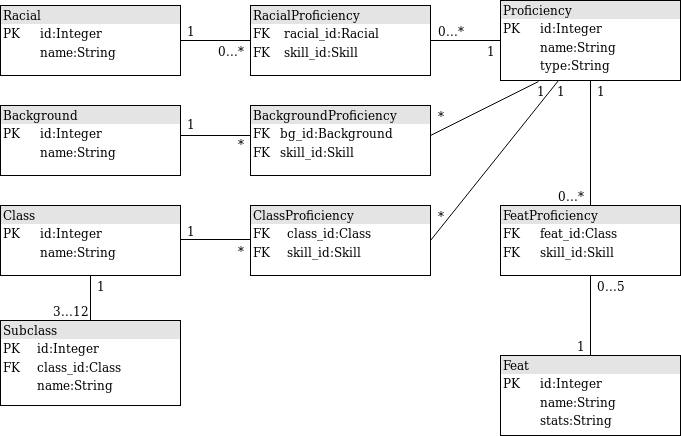
Above: dokumentointi/tietokantakaavio.png in Fumblessi/ot-harjoitustyo (draw.io), before the change. Source tidied: cells renumbered, new cells last; positions are measured from the earlier drawing's top-left corner, leaving out a move shared by most shapes.
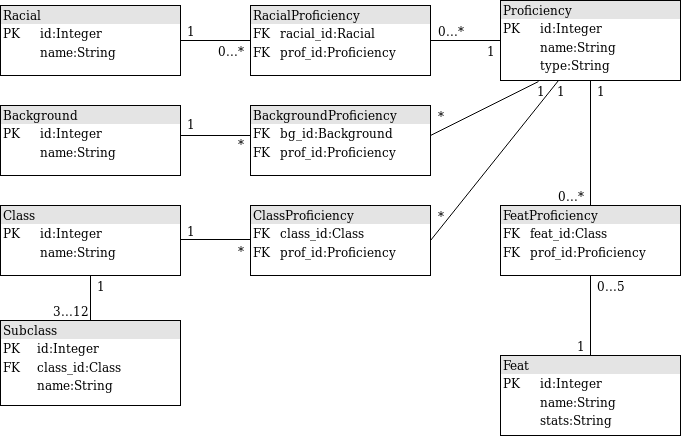
After the commit.

Commit message:
tietokantakaavion paivitysta

What changed in the source:
```diff
@@ -8,7 +8,7 @@
     <mxCell id="3" value="&lt;div style=&quot;box-sizing: border-box ; width: 100% ; background: #e4e4e4 ; padding: 2px&quot;&gt;Proficiency&lt;br&gt;&lt;/div&gt;&lt;table style=&quot;width: 100% ; font-size: 1em&quot; cellspacing=&quot;0&quot; cellpadding=&quot;2&quot;&gt;&lt;tbody&gt;&lt;tr&gt;&lt;td&gt;PK&lt;/td&gt;&lt;td&gt;id:Integer&lt;/td&gt;&lt;/tr&gt;&lt;tr&gt;&lt;td&gt;&lt;br&gt;&lt;/td&gt;&lt;td&gt;name:String&lt;/td&gt;&lt;/tr&gt;&lt;tr&gt;&lt;td&gt;&lt;br&gt;&lt;/td&gt;&lt;td&gt;type:String&lt;/td&gt;&lt;/tr&gt;&lt;/tbody&gt;&lt;/table&gt;" style="verticalAlign=top;align=left;overflow=fill;html=1;" parent="1" vertex="1">
       <mxGeometry x="500" width="180" height="80" as="geometry" />
     </mxCell>
-    <mxCell id="4" value="&lt;div style=&quot;box-sizing: border-box ; width: 100% ; background: #e4e4e4 ; padding: 2px&quot;&gt;RacialProficiency&lt;/div&gt;&lt;table style=&quot;width: 100% ; font-size: 1em&quot; cellspacing=&quot;0&quot; cellpadding=&quot;2&quot;&gt;&lt;tbody&gt;&lt;tr&gt;&lt;td&gt;FK&lt;/td&gt;&lt;td&gt;racial_id:Racial&lt;/td&gt;&lt;/tr&gt;&lt;tr&gt;&lt;td&gt;FK&lt;/td&gt;&lt;td&gt;skill_id:Skill&lt;/td&gt;&lt;/tr&gt;&lt;tr&gt;&lt;td&gt;&lt;br&gt;&lt;/td&gt;&lt;td&gt;&lt;br&gt;&lt;/td&gt;&lt;/tr&gt;&lt;/tbody&gt;&lt;/table&gt;" style="verticalAlign=top;align=left;overflow=fill;html=1;" parent="1" vertex="1">
+    <mxCell id="4" value="&lt;div style=&quot;box-sizing: border-box ; width: 100% ; background: #e4e4e4 ; padding: 2px&quot;&gt;RacialProficiency&lt;/div&gt;&lt;table style=&quot;width: 100% ; font-size: 1em&quot; cellspacing=&quot;0&quot; cellpadding=&quot;2&quot;&gt;&lt;tbody&gt;&lt;tr&gt;&lt;td&gt;FK&lt;/td&gt;&lt;td&gt;racial_id:Racial&lt;/td&gt;&lt;/tr&gt;&lt;tr&gt;&lt;td&gt;FK&lt;/td&gt;&lt;td&gt;prof_id:Proficiency&lt;/td&gt;&lt;/tr&gt;&lt;tr&gt;&lt;td&gt;&lt;br&gt;&lt;/td&gt;&lt;td&gt;&lt;br&gt;&lt;/td&gt;&lt;/tr&gt;&lt;/tbody&gt;&lt;/table&gt;" style="verticalAlign=top;align=left;overflow=fill;html=1;" parent="1" vertex="1">
       <mxGeometry x="250" y="5" width="180" height="70" as="geometry" />
     </mxCell>
     <mxCell id="5" style="endArrow=none;html=1;entryX=0;entryY=0.5;entryDx=0;entryDy=0;exitX=1;exitY=0.5;exitDx=0;exitDy=0;" parent="1" edge="1" source="2" target="4">
@@ -23,7 +23,7 @@
     <mxCell id="7" value="&lt;div style=&quot;box-sizing: border-box ; width: 100% ; background: #e4e4e4 ; padding: 2px&quot;&gt;Class&lt;br&gt;&lt;/div&gt;&lt;table style=&quot;width: 100% ; font-size: 1em&quot; cellspacing=&quot;0&quot; cellpadding=&quot;2&quot;&gt;&lt;tbody&gt;&lt;tr&gt;&lt;td&gt;PK&lt;/td&gt;&lt;td&gt;id:Integer&lt;/td&gt;&lt;/tr&gt;&lt;tr&gt;&lt;td&gt;&lt;br&gt;&lt;/td&gt;&lt;td&gt;name:String&lt;br&gt;&lt;/td&gt;&lt;/tr&gt;&lt;tr&gt;&lt;td&gt;&lt;br&gt;&lt;/td&gt;&lt;td&gt;&lt;br&gt;&lt;/td&gt;&lt;/tr&gt;&lt;/tbody&gt;&lt;/table&gt;" style="verticalAlign=top;align=left;overflow=fill;html=1;" parent="1" vertex="1">
       <mxGeometry y="205" width="180" height="70" as="geometry" />
     </mxCell>
-    <mxCell id="8" value="&lt;div style=&quot;box-sizing: border-box ; width: 100% ; background: #e4e4e4 ; padding: 2px&quot;&gt;ClassProficiency&lt;/div&gt;&lt;table style=&quot;width: 100% ; font-size: 1em&quot; cellspacing=&quot;0&quot; cellpadding=&quot;2&quot;&gt;&lt;tbody&gt;&lt;tr&gt;&lt;td&gt;FK&lt;/td&gt;&lt;td&gt;class_id:Class&lt;/td&gt;&lt;/tr&gt;&lt;tr&gt;&lt;td&gt;FK&lt;/td&gt;&lt;td&gt;skill_id:Skill&lt;/td&gt;&lt;/tr&gt;&lt;tr&gt;&lt;td&gt;&lt;br&gt;&lt;/td&gt;&lt;td&gt;&lt;br&gt;&lt;/td&gt;&lt;/tr&gt;&lt;/tbody&gt;&lt;/table&gt;" style="verticalAlign=top;align=left;overflow=fill;html=1;" parent="1" vertex="1">
+    <mxCell id="8" value="&lt;div style=&quot;box-sizing: border-box ; width: 100% ; background: #e4e4e4 ; padding: 2px&quot;&gt;ClassProficiency&lt;/div&gt;&lt;table style=&quot;width: 100% ; font-size: 1em&quot; cellspacing=&quot;0&quot; cellpadding=&quot;2&quot;&gt;&lt;tbody&gt;&lt;tr&gt;&lt;td&gt;FK&lt;/td&gt;&lt;td&gt;class_id:Class&lt;/td&gt;&lt;/tr&gt;&lt;tr&gt;&lt;td&gt;FK&lt;/td&gt;&lt;td&gt;prof_id:Proficiency&lt;/td&gt;&lt;/tr&gt;&lt;tr&gt;&lt;td&gt;&lt;br&gt;&lt;/td&gt;&lt;td&gt;&lt;br&gt;&lt;/td&gt;&lt;/tr&gt;&lt;/tbody&gt;&lt;/table&gt;" style="verticalAlign=top;align=left;overflow=fill;html=1;" parent="1" vertex="1">
       <mxGeometry x="250" y="205" width="180" height="70" as="geometry" />
     </mxCell>
     <mxCell id="9" style="endArrow=none;html=1;entryX=0;entryY=0.5;entryDx=0;entryDy=0;exitX=1;exitY=0.5;exitDx=0;exitDy=0;" parent="1" edge="1">
@@ -40,7 +40,7 @@
     <mxCell id="11" value="&lt;div style=&quot;box-sizing: border-box ; width: 100% ; background: #e4e4e4 ; padding: 2px&quot;&gt;Background&lt;br&gt;&lt;/div&gt;&lt;table style=&quot;width: 100% ; font-size: 1em&quot; cellspacing=&quot;0&quot; cellpadding=&quot;2&quot;&gt;&lt;tbody&gt;&lt;tr&gt;&lt;td&gt;PK&lt;/td&gt;&lt;td&gt;id:Integer&lt;/td&gt;&lt;/tr&gt;&lt;tr&gt;&lt;td&gt;&lt;br&gt;&lt;/td&gt;&lt;td&gt;name:String&lt;br&gt;&lt;/td&gt;&lt;/tr&gt;&lt;tr&gt;&lt;td&gt;&lt;br&gt;&lt;/td&gt;&lt;td&gt;&lt;br&gt;&lt;/td&gt;&lt;/tr&gt;&lt;/tbody&gt;&lt;/table&gt;" style="verticalAlign=top;align=left;overflow=fill;html=1;" parent="1" vertex="1">
       <mxGeometry y="105" width="180" height="70" as="geometry" />
     </mxCell>
-    <mxCell id="12" value="&lt;div style=&quot;box-sizing: border-box ; width: 100% ; background: #e4e4e4 ; padding: 2px&quot;&gt;BackgroundProficiency&lt;/div&gt;&lt;table style=&quot;width: 100% ; font-size: 1em&quot; cellspacing=&quot;0&quot; cellpadding=&quot;2&quot;&gt;&lt;tbody&gt;&lt;tr&gt;&lt;td&gt;FK&lt;/td&gt;&lt;td&gt;bg_id:Background&lt;/td&gt;&lt;/tr&gt;&lt;tr&gt;&lt;td&gt;FK&lt;/td&gt;&lt;td&gt;skill_id:Skill&lt;/td&gt;&lt;/tr&gt;&lt;tr&gt;&lt;td&gt;&lt;br&gt;&lt;/td&gt;&lt;td&gt;&lt;br&gt;&lt;/td&gt;&lt;/tr&gt;&lt;/tbody&gt;&lt;/table&gt;" style="verticalAlign=top;align=left;overflow=fill;html=1;" parent="1" vertex="1">
+    <mxCell id="12" value="&lt;div style=&quot;box-sizing: border-box ; width: 100% ; background: #e4e4e4 ; padding: 2px&quot;&gt;BackgroundProficiency&lt;/div&gt;&lt;table style=&quot;width: 100% ; font-size: 1em&quot; cellspacing=&quot;0&quot; cellpadding=&quot;2&quot;&gt;&lt;tbody&gt;&lt;tr&gt;&lt;td&gt;FK&lt;/td&gt;&lt;td&gt;bg_id:Background&lt;/td&gt;&lt;/tr&gt;&lt;tr&gt;&lt;td&gt;FK&lt;/td&gt;&lt;td&gt;prof_id:Proficiency&lt;/td&gt;&lt;/tr&gt;&lt;tr&gt;&lt;td&gt;&lt;br&gt;&lt;/td&gt;&lt;td&gt;&lt;br&gt;&lt;/td&gt;&lt;/tr&gt;&lt;/tbody&gt;&lt;/table&gt;" style="verticalAlign=top;align=left;overflow=fill;html=1;" parent="1" vertex="1">
       <mxGeometry x="250" y="105" width="180" height="70" as="geometry" />
     </mxCell>
     <mxCell id="13" style="endArrow=none;html=1;entryX=0;entryY=0.5;entryDx=0;entryDy=0;exitX=1;exitY=0.5;exitDx=0;exitDy=0;" parent="1" edge="1">
@@ -63,7 +63,7 @@
     <mxCell id="17" value="&lt;div style=&quot;box-sizing: border-box ; width: 100% ; background: #e4e4e4 ; padding: 2px&quot;&gt;Feat&lt;/div&gt;&lt;table style=&quot;width: 100% ; font-size: 1em&quot; cellspacing=&quot;0&quot; cellpadding=&quot;2&quot;&gt;&lt;tbody&gt;&lt;tr&gt;&lt;td&gt;PK&lt;/td&gt;&lt;td&gt;id:Integer&lt;/td&gt;&lt;/tr&gt;&lt;tr&gt;&lt;td&gt;&lt;br&gt;&lt;/td&gt;&lt;td&gt;name:String&lt;br&gt;&lt;/td&gt;&lt;/tr&gt;&lt;tr&gt;&lt;td&gt;&lt;br&gt;&lt;/td&gt;&lt;td&gt;stats:String&lt;br&gt;&lt;/td&gt;&lt;/tr&gt;&lt;/tbody&gt;&lt;/table&gt;" style="verticalAlign=top;align=left;overflow=fill;html=1;" parent="1" vertex="1">
       <mxGeometry x="500" y="355" width="180" height="80" as="geometry" />
     </mxCell>
-    <mxCell id="18" value="&lt;div style=&quot;box-sizing: border-box ; width: 100% ; background: #e4e4e4 ; padding: 2px&quot;&gt;FeatProficiency&lt;/div&gt;&lt;table style=&quot;width: 100% ; font-size: 1em&quot; cellspacing=&quot;0&quot; cellpadding=&quot;2&quot;&gt;&lt;tbody&gt;&lt;tr&gt;&lt;td&gt;FK&lt;/td&gt;&lt;td&gt;feat_id:Class&lt;/td&gt;&lt;/tr&gt;&lt;tr&gt;&lt;td&gt;FK&lt;/td&gt;&lt;td&gt;skill_id:Skill&lt;/td&gt;&lt;/tr&gt;&lt;tr&gt;&lt;td&gt;&lt;br&gt;&lt;/td&gt;&lt;td&gt;&lt;br&gt;&lt;/td&gt;&lt;/tr&gt;&lt;/tbody&gt;&lt;/table&gt;" style="verticalAlign=top;align=left;overflow=fill;html=1;" parent="1" vertex="1">
+    <mxCell id="18" value="&lt;div style=&quot;box-sizing: border-box ; width: 100% ; background: #e4e4e4 ; padding: 2px&quot;&gt;FeatProficiency&lt;/div&gt;&lt;table style=&quot;width: 100% ; font-size: 1em&quot; cellspacing=&quot;0&quot; cellpadding=&quot;2&quot;&gt;&lt;tbody&gt;&lt;tr&gt;&lt;td&gt;FK&lt;/td&gt;&lt;td&gt;feat_id:Class&lt;/td&gt;&lt;/tr&gt;&lt;tr&gt;&lt;td&gt;FK&lt;/td&gt;&lt;td&gt;prof_id:Proficiency&lt;/td&gt;&lt;/tr&gt;&lt;tr&gt;&lt;td&gt;&lt;br&gt;&lt;/td&gt;&lt;td&gt;&lt;br&gt;&lt;/td&gt;&lt;/tr&gt;&lt;/tbody&gt;&lt;/table&gt;" style="verticalAlign=top;align=left;overflow=fill;html=1;" parent="1" vertex="1">
       <mxGeometry x="500" y="205" width="180" height="70" as="geometry" />
     </mxCell>
     <mxCell id="19" style="endArrow=none;html=1;entryX=0.5;entryY=1;entryDx=0;entryDy=0;exitX=0.5;exitY=0;exitDx=0;exitDy=0;" parent="1" edge="1" source="18" target="3">
```
